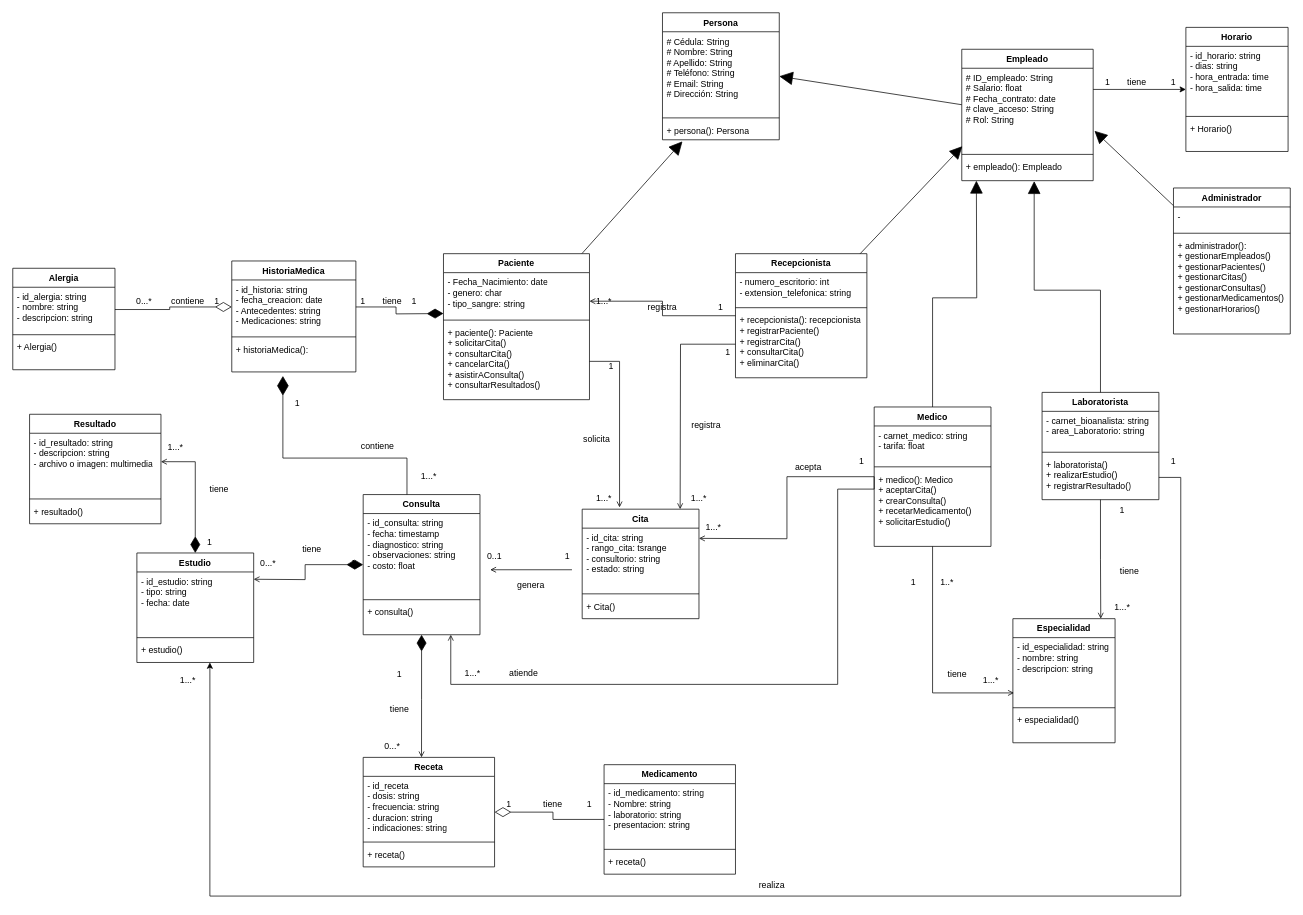
This is diagrama de clases 3.drawio from CELIM709/CliniData, a draw.io file, before an edit. Source tidied: cells renumbered, new cells numbered last; positions are measured from the earlier drawing's top-left corner, leaving out a move shared by most shapes. Both pictures are drawn from the tidied source at 73%, with x=0, y=0 at pixel (12, 12).
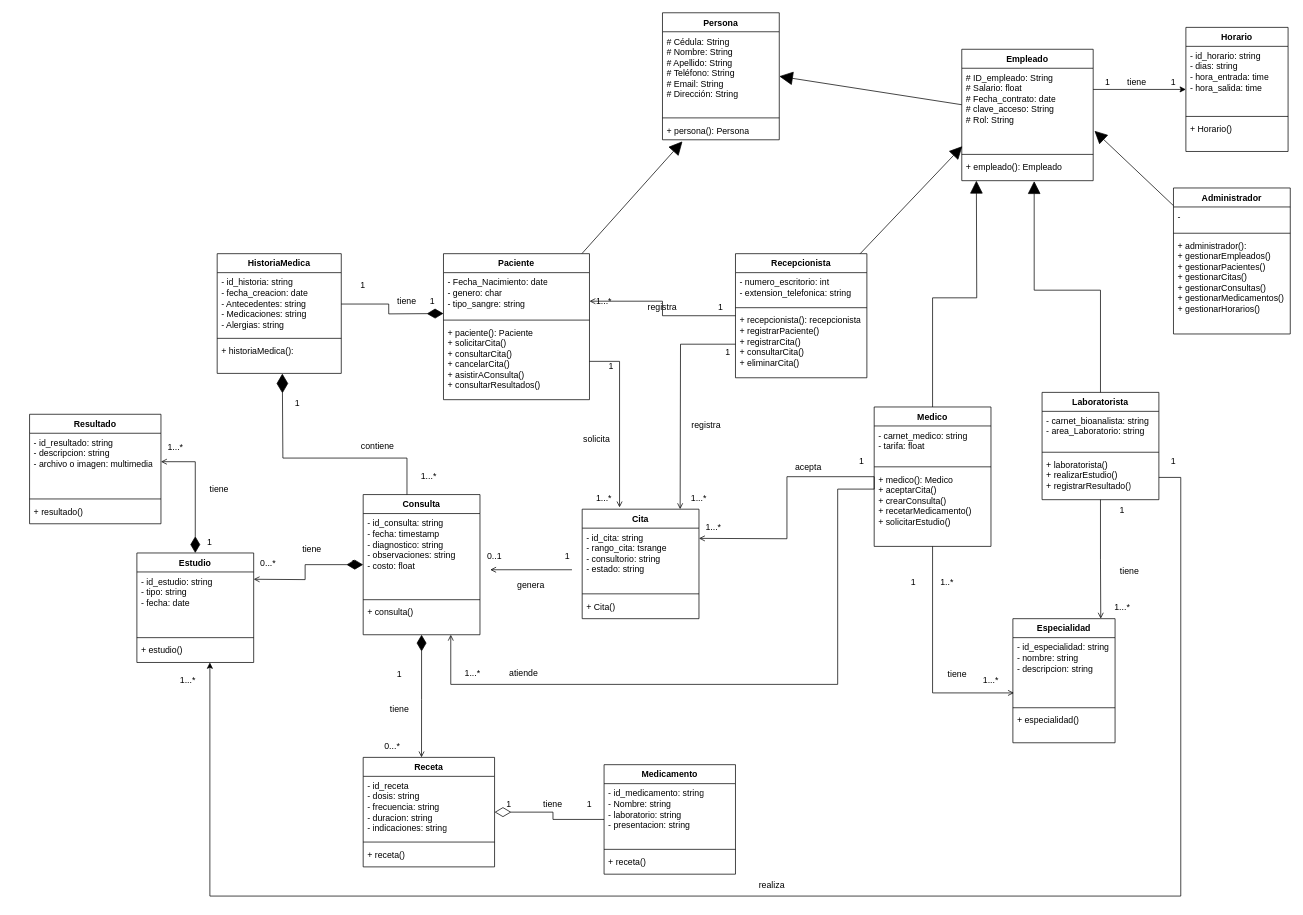
The same diagram, later.

Commit message:
cambios en historia medica

The change refers to these unchanged cells:
```xml
<mxCell id="66" value="Consulta" style="swimlane;fontStyle=1;align=center;verticalAlign=top;horizontal=1;startSize=26;whiteSpace=wrap;html=1;" parent="1" vertex="1">
  <mxGeometry x="480" y="660" width="160" height="192" as="geometry" />
</mxCell>
```

Diff of the diagram source:
```diff
@@
     <mxCell id="37" value="HistoriaMedica" style="swimlane;fontStyle=1;align=center;verticalAlign=top;horizontal=1;startSize=26;whiteSpace=wrap;html=1;" parent="1" vertex="1">
-      <mxGeometry x="300" y="340" width="170" height="152" as="geometry" />
+      <mxGeometry x="280" y="330" width="170" height="164" as="geometry" />
     </mxCell>
-    <mxCell id="38" value="- id_historia: string&lt;div&gt;- fecha_creacion: date&lt;/div&gt;&lt;div&gt;- Antecedentes:&amp;nbsp;string&lt;/div&gt;&lt;div&gt;- Medicaciones:&amp;nbsp;string&lt;/div&gt;" style="text;strokeColor=none;fillColor=none;align=left;verticalAlign=top;spacingLeft=4;spacingRight=4;overflow=hidden;points=[[0,0.5],[1,0.5]];portConstraint=eastwest;whiteSpace=wrap;html=1;" parent="37" vertex="1">
-      <mxGeometry y="26" width="170" height="74" as="geometry" />
+    <mxCell id="38" value="- id_historia: string&lt;div&gt;- fecha_creacion: date&lt;/div&gt;&lt;div&gt;- Antecedentes:&amp;nbsp;string&lt;/div&gt;&lt;div&gt;- Medicaciones:&amp;nbsp;string&lt;/div&gt;&lt;div&gt;- Alergias: string&lt;/div&gt;" style="text;strokeColor=none;fillColor=none;align=left;verticalAlign=top;spacingLeft=4;spacingRight=4;overflow=hidden;points=[[0,0.5],[1,0.5]];portConstraint=eastwest;whiteSpace=wrap;html=1;" parent="37" vertex="1">
+      <mxGeometry y="26" width="170" height="86" as="geometry" />
     </mxCell>
     <mxCell id="39" style="line;strokeWidth=1;fillColor=none;align=left;verticalAlign=middle;spacingTop=-1;spacingLeft=3;spacingRight=3;labelPosition=right;strokeColor=inherit;" parent="37" vertex="1">
-      <mxGeometry y="100" width="170" height="8" as="geometry" />
+      <mxGeometry y="112" width="170" height="8" as="geometry" />
     </mxCell>
     <mxCell id="40" value="+ historiaMedica():" style="text;strokeColor=none;fillColor=none;align=left;verticalAlign=top;spacingLeft=4;spacingRight=4;overflow=hidden;points=[[0,0.5],[1,0.5]];portConstraint=eastwest;whiteSpace=wrap;html=1;" parent="37" vertex="1">
-      <mxGeometry y="108" width="170" height="44" as="geometry" />
+      <mxGeometry y="120" width="170" height="44" as="geometry" />
     </mxCell>
-    <mxCell id="41" value="Alergia" style="swimlane;fontStyle=1;align=center;verticalAlign=top;horizontal=1;startSize=26;whiteSpace=wrap;html=1;" parent="1" vertex="1">
-      <mxGeometry y="350" width="140" height="139" as="geometry" />
-    </mxCell>
-    <mxCell id="42" value="- id_alergia: string&lt;div&gt;- nombre: string&lt;/div&gt;&lt;div&gt;- descripcion: string&lt;/div&gt;" style="text;strokeColor=none;fillColor=none;align=left;verticalAlign=top;spacingLeft=4;spacingRight=4;overflow=hidden;points=[[0,0.5],[1,0.5]];portConstraint=eastwest;whiteSpace=wrap;html=1;" parent="41" vertex="1">
-      <mxGeometry y="26" width="140" height="61" as="geometry" />
-    </mxCell>
-    <mxCell id="43" style="line;strokeWidth=1;fillColor=none;align=left;verticalAlign=middle;spacingTop=-1;spacingLeft=3;spacingRight=3;labelPosition=right;strokeColor=inherit;" parent="41" vertex="1">
-      <mxGeometry y="87" width="140" height="8" as="geometry" />
-    </mxCell>
-    <mxCell id="44" value="+ Alergia()" style="text;strokeColor=none;fillColor=none;align=left;verticalAlign=top;spacingLeft=4;spacingRight=4;overflow=hidden;whiteSpace=wrap;html=1;" parent="41" vertex="1">
-      <mxGeometry y="95" width="140" height="44" as="geometry" />
-    </mxCell>
-    <mxCell id="45" style="edgeStyle=orthogonalEdgeStyle;rounded=0;jettySize=auto;html=1;entryX=0;entryY=0.5;entryDx=0;entryDy=0;entryPerimeter=0;endArrow=diamondThin;endFill=0;endSize=20;" parent="1" edge="1" source="42" target="38">
-      <mxGeometry relative="1" as="geometry" />
-    </mxCell>
-    <mxCell id="46" value="0...*" style="text;html=1;whiteSpace=wrap;strokeColor=none;fillColor=none;align=center;verticalAlign=middle;rounded=0;" parent="1" vertex="1">
-      <mxGeometry x="150" y="380" width="60" height="30" as="geometry" />
-    </mxCell>
-    <mxCell id="47" value="contiene" style="text;html=1;whiteSpace=wrap;strokeColor=none;fillColor=none;align=center;verticalAlign=middle;rounded=0;" parent="1" vertex="1">
-      <mxGeometry x="210" y="380" width="60" height="30" as="geometry" />
-    </mxCell>
-    <mxCell id="48" value="1" style="text;html=1;whiteSpace=wrap;strokeColor=none;fillColor=none;align=center;verticalAlign=middle;rounded=0;" parent="1" vertex="1">
-      <mxGeometry x="250" y="380" width="60" height="30" as="geometry" />
-    </mxCell>
@@
     <mxCell id="50" value="1" style="text;html=1;whiteSpace=wrap;strokeColor=none;fillColor=none;align=center;verticalAlign=middle;rounded=0;" parent="1" vertex="1">
-      <mxGeometry x="450" y="380" width="60" height="30" as="geometry" />
+      <mxGeometry x="450" y="358.5" width="60" height="30" as="geometry" />
     </mxCell>
     <mxCell id="51" value="tiene" style="text;html=1;whiteSpace=wrap;strokeColor=none;fillColor=none;align=center;verticalAlign=middle;rounded=0;" parent="1" vertex="1">
-      <mxGeometry x="490" y="380" width="60" height="30" as="geometry" />
+      <mxGeometry x="510" y="380" width="60" height="30" as="geometry" />
     </mxCell>
     <mxCell id="52" value="1" style="text;html=1;whiteSpace=wrap;strokeColor=none;fillColor=none;align=center;verticalAlign=middle;rounded=0;" parent="1" vertex="1">
-      <mxGeometry x="520" y="380" width="60" height="30" as="geometry" />
+      <mxGeometry x="550" y="380" width="50" height="30" as="geometry" />
     </mxCell>
@@
-    <mxCell id="139" style="endArrow=diamondThin;endFill=1;endSize=24;html=1;rounded=0;entryX=0;entryY=0.25;entryDx=0;entryDy=0;exitX=0.375;exitY=0;exitDx=0;exitDy=0;exitPerimeter=0;" parent="1" edge="1" source="66">
+    <mxCell id="139" style="endArrow=diamondThin;endFill=1;endSize=24;html=1;rounded=0;entryX=0.525;entryY=1.008;entryDx=0;entryDy=0;exitX=0.375;exitY=0;exitDx=0;exitDy=0;exitPerimeter=0;entryPerimeter=0;" parent="1" edge="1" source="66" target="40">
       <mxGeometry relative="1" as="geometry">
-        <mxPoint x="370" y="497.5" as="targetPoint" />
         <Array as="points">
           <mxPoint x="540" y="610" />
           <mxPoint x="370" y="610" />
         </Array>
       </mxGeometry>
     </mxCell>
```
